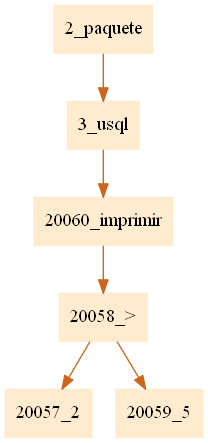
Above: pr1Compilarodores2/paquete.png in JamesMelgar/compi2javaccpr1 (Graphviz), before the change. Its source is kept beside it as pr1Compilarodores2/paquete.dot.
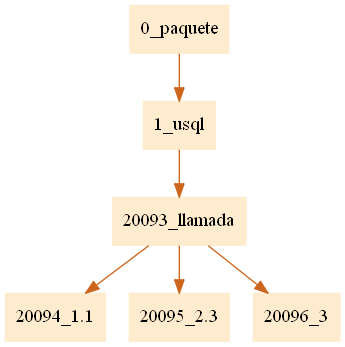
The same file after the commit.

The edit, as a diff of the source:
```diff
@@ -1,5 +1,5 @@
 digraph G {node[shape=box, style=filled, color=blanchedalmond]; edge[color=chocolate3];rankdir=UD
 
-"2_paquete"->"3_usql""3_usql"->"20060_imprimir""20060_imprimir"->"20058_>""20058_>"->"20057_2""20058_>"->"20059_5"
+"0_paquete"->"1_usql""1_usql"->"20093_llamada""20093_llamada"->"20094_1.1""20093_llamada"->"20095_2.3""20093_llamada"->"20096_3"
 
 }
```
